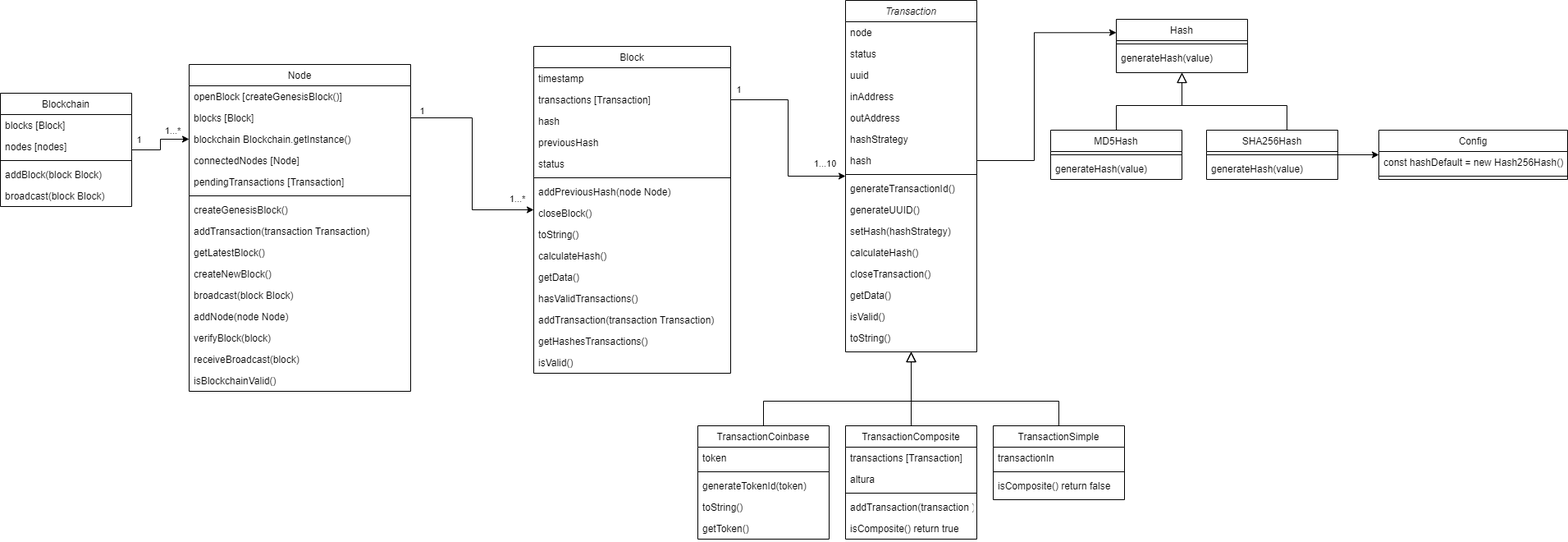
The draw.io diagram Diagrama.drawio.png in JuanPMurdolo/Tyh-2023-Grupo1, before a commit. Source tidied: cells renumbered, new cells last; positions are measured from the earlier drawing's top-left corner, leaving out a move shared by most shapes.
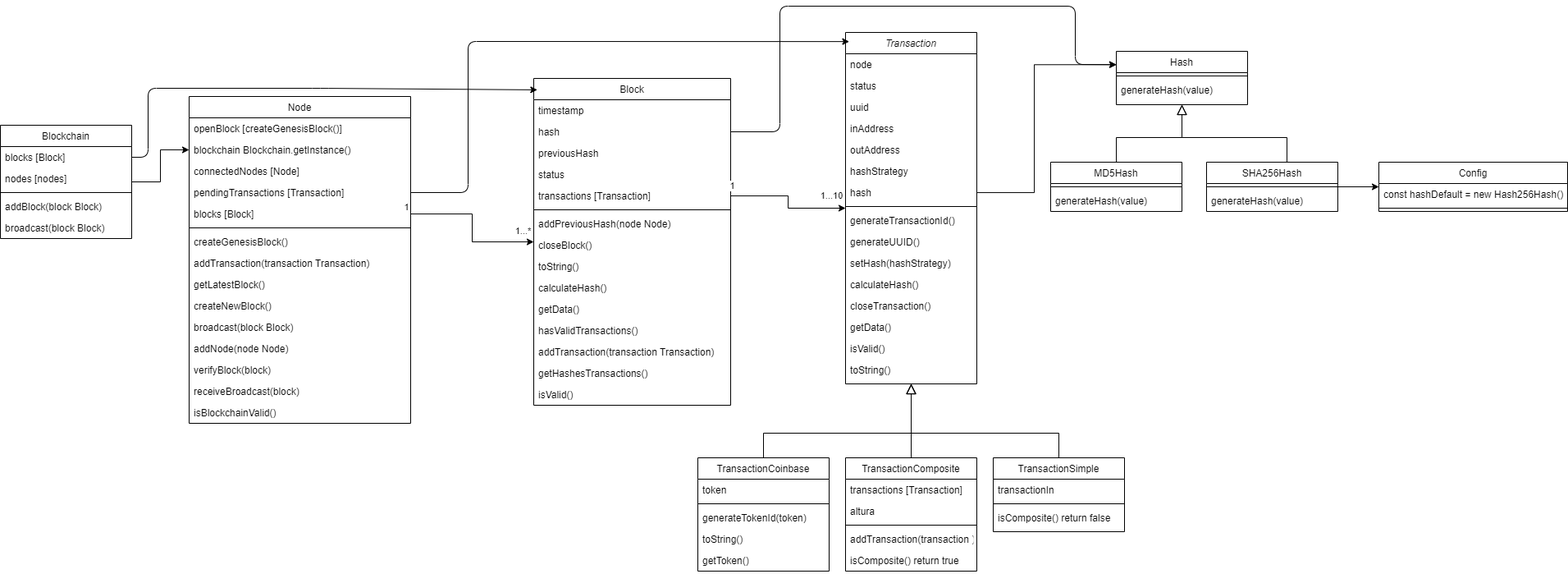
Later version of the same file.

What changed in the source:
```diff
@@ -105,18 +105,18 @@
     <mxCell id="34" value="timestamp" style="text;align=left;verticalAlign=top;spacingLeft=4;spacingRight=4;overflow=hidden;" parent="33" vertex="1">
       <mxGeometry y="26" width="240" height="26" as="geometry" />
     </mxCell>
-    <mxCell id="35" value="transactions [Transaction]" style="text;align=left;verticalAlign=top;spacingLeft=4;spacingRight=4;overflow=hidden;points=[[0,0.5],[1,0.5]];portConstraint=eastwest;rounded=0;shadow=0;html=0;" parent="33" vertex="1">
-      <mxGeometry y="52" width="240" height="26" as="geometry" />
-    </mxCell>
     <mxCell id="36" value="hash" style="text;align=left;verticalAlign=top;spacingLeft=4;spacingRight=4;overflow=hidden;points=[[0,0.5],[1,0.5]];portConstraint=eastwest;rounded=0;shadow=0;html=0;" parent="33" vertex="1">
-      <mxGeometry y="78" width="240" height="26" as="geometry" />
+      <mxGeometry y="52" width="240" height="26" as="geometry" />
     </mxCell>
     <mxCell id="37" value="previousHash" style="text;align=left;verticalAlign=top;spacingLeft=4;spacingRight=4;overflow=hidden;rounded=0;shadow=0;html=0;" parent="33" vertex="1">
-      <mxGeometry y="104" width="240" height="26" as="geometry" />
+      <mxGeometry y="78" width="240" height="26" as="geometry" />
     </mxCell>
     <mxCell id="38" value="status" style="text;align=left;verticalAlign=top;spacingLeft=4;spacingRight=4;overflow=hidden;rounded=0;shadow=0;html=0;" parent="33" vertex="1">
-      <mxGeometry y="130" width="240" height="26" as="geometry" />
+      <mxGeometry y="104" width="240" height="26" as="geometry" />
     </mxCell>
+    <mxCell id="35" value="transactions [Transaction]" style="text;align=left;verticalAlign=top;spacingLeft=4;spacingRight=4;overflow=hidden;points=[[0,0.5],[1,0.5]];portConstraint=eastwest;rounded=0;shadow=0;html=0;" parent="33" vertex="1">
+      <mxGeometry y="130" width="240" height="26" as="geometry" />
+    </mxCell>
     <mxCell id="39" style="line;html=1;strokeWidth=1;align=left;verticalAlign=middle;spacingTop=-1;spacingLeft=3;spacingRight=3;labelPosition=right;" parent="33" vertex="1">
       <mxGeometry y="156" width="240" height="8" as="geometry" />
     </mxCell>
@@ -153,18 +153,18 @@
     <mxCell id="50" value="openBlock [createGenesisBlock()]" style="text;align=left;verticalAlign=top;spacingLeft=4;spacingRight=4;overflow=hidden;" parent="49" vertex="1">
       <mxGeometry y="26" width="270" height="26" as="geometry" />
     </mxCell>
-    <mxCell id="51" value="blocks [Block]" style="text;align=left;verticalAlign=top;spacingLeft=4;spacingRight=4;overflow=hidden;points=[[0,0.5],[1,0.5]];portConstraint=eastwest;rounded=0;shadow=0;html=0;" parent="49" vertex="1">
-      <mxGeometry y="52" width="270" height="26" as="geometry" />
-    </mxCell>
     <mxCell id="52" value="blockchain Blockchain.getInstance()" style="text;align=left;verticalAlign=top;spacingLeft=4;spacingRight=4;overflow=hidden;points=[[0,0.5],[1,0.5]];portConstraint=eastwest;rounded=0;shadow=0;html=0;" parent="49" vertex="1">
-      <mxGeometry y="78" width="270" height="26" as="geometry" />
+      <mxGeometry y="52" width="270" height="26" as="geometry" />
     </mxCell>
     <mxCell id="53" value="connectedNodes [Node]" style="text;align=left;verticalAlign=top;spacingLeft=4;spacingRight=4;overflow=hidden;rounded=0;shadow=0;html=0;" parent="49" vertex="1">
-      <mxGeometry y="104" width="270" height="26" as="geometry" />
+      <mxGeometry y="78" width="270" height="26" as="geometry" />
     </mxCell>
     <mxCell id="54" value="pendingTransactions [Transaction]" style="text;align=left;verticalAlign=top;spacingLeft=4;spacingRight=4;overflow=hidden;points=[[0,0.5],[1,0.5]];portConstraint=eastwest;rounded=0;shadow=0;html=0;" parent="49" vertex="1">
-      <mxGeometry y="130" width="270" height="26" as="geometry" />
+      <mxGeometry y="104" width="270" height="26" as="geometry" />
     </mxCell>
+    <mxCell id="51" value="blocks [Block]" style="text;align=left;verticalAlign=top;spacingLeft=4;spacingRight=4;overflow=hidden;points=[[0,0.5],[1,0.5]];portConstraint=eastwest;rounded=0;shadow=0;html=0;" parent="49" vertex="1">
+      <mxGeometry y="130" width="270" height="26" as="geometry" />
+    </mxCell>
     <mxCell id="55" style="line;html=1;strokeWidth=1;align=left;verticalAlign=middle;spacingTop=-1;spacingLeft=3;spacingRight=3;labelPosition=right;" parent="49" vertex="1">
       <mxGeometry y="156" width="270" height="8" as="geometry" />
     </mxCell>
@@ -198,16 +198,6 @@
     <mxCell id="65" style="edgeStyle=orthogonalEdgeStyle;rounded=0;jettySize=auto;html=1;entryX=0;entryY=0.5;entryDx=0;entryDy=0;" parent="1" edge="1" source="68" target="52">
       <mxGeometry relative="1" as="geometry" />
     </mxCell>
-    <mxCell id="66" value="1" style="edgeLabel;html=1;align=center;verticalAlign=middle;" parent="65" vertex="1">
-      <mxGeometry x="-0.42" relative="1" as="geometry">
-        <mxPoint x="-16" y="-13" as="offset" />
-      </mxGeometry>
-    </mxCell>
-    <mxCell id="67" value="1...*" style="edgeLabel;html=1;align=center;verticalAlign=middle;" parent="65" vertex="1">
-      <mxGeometry x="0.49" relative="1" as="geometry">
-        <mxPoint y="-11" as="offset" />
-      </mxGeometry>
-    </mxCell>
     <mxCell id="68" value="Blockchain" style="swimlane;fontStyle=0;align=center;verticalAlign=top;horizontal=1;startSize=26;rounded=0;shadow=0;strokeWidth=1;" parent="1" vertex="1">
       <mxGeometry y="113" width="160" height="138" as="geometry" />
     </mxCell>
@@ -334,5 +324,32 @@
     <mxCell id="100" style="line;html=1;strokeWidth=1;align=left;verticalAlign=middle;spacingTop=-1;spacingLeft=3;spacingRight=3;labelPosition=right;" parent="98" vertex="1">
       <mxGeometry y="52" width="230" height="8" as="geometry" />
     </mxCell>
+    <mxCell id="101" style="edgeStyle=none;html=1;entryX=0.028;entryY=0.026;entryDx=0;entryDy=0;entryPerimeter=0;exitX=1;exitY=0.5;exitDx=0;exitDy=0;" parent="1" edge="1" source="54" target="2">
+      <mxGeometry relative="1" as="geometry">
+        <Array as="points">
+          <mxPoint x="570" y="195" />
+          <mxPoint x="570" y="11" />
+        </Array>
+      </mxGeometry>
+    </mxCell>
+    <mxCell id="102" style="edgeStyle=none;html=1;entryX=0;entryY=0.25;entryDx=0;entryDy=0;exitX=1;exitY=0.5;exitDx=0;exitDy=0;" parent="1" edge="1" source="36" target="85">
+      <mxGeometry relative="1" as="geometry">
+        <Array as="points">
+          <mxPoint x="950" y="121" />
+          <mxPoint x="950" y="-32" />
+          <mxPoint x="1310" y="-32" />
+          <mxPoint x="1310" y="39" />
+        </Array>
+      </mxGeometry>
+    </mxCell>
+    <mxCell id="103" style="edgeStyle=none;html=1;entryX=0.018;entryY=0.035;entryDx=0;entryDy=0;entryPerimeter=0;exitX=1;exitY=0.5;exitDx=0;exitDy=0;" parent="1" edge="1" source="69" target="33">
+      <mxGeometry relative="1" as="geometry">
+        <Array as="points">
+          <mxPoint x="180" y="152" />
+          <mxPoint x="180" y="68" />
+          <mxPoint x="390" y="68" />
+        </Array>
+      </mxGeometry>
+    </mxCell>
   </root>
 </mxGraphModel>
```
